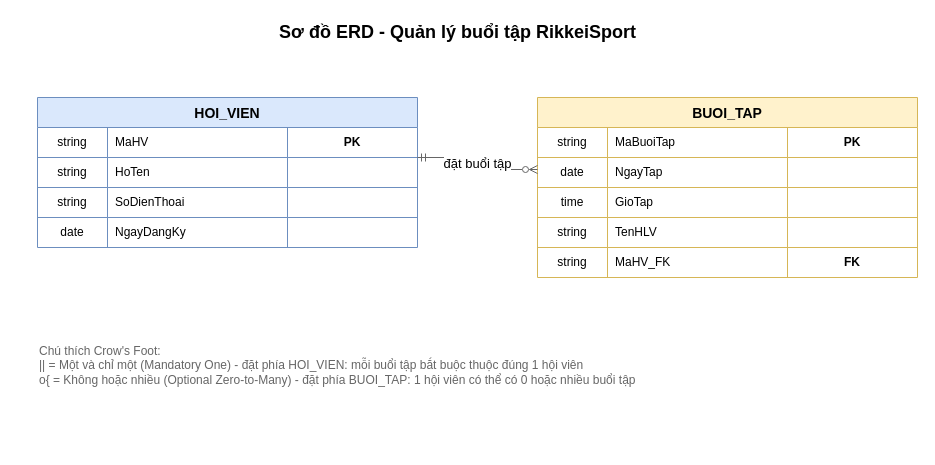
Above: ERD_RikkeiSport.drawio in IT105-Analysis-of-system-design/Session_16-Ex1 (draw.io), before the change. Source tidied: cells renumbered, new cells numbered last; positions are measured from the earlier drawing's top-left corner, leaving out a move shared by most shapes. Both pictures are drawn from the tidied source at 100%, with x=0, y=0 at pixel (37, 17).
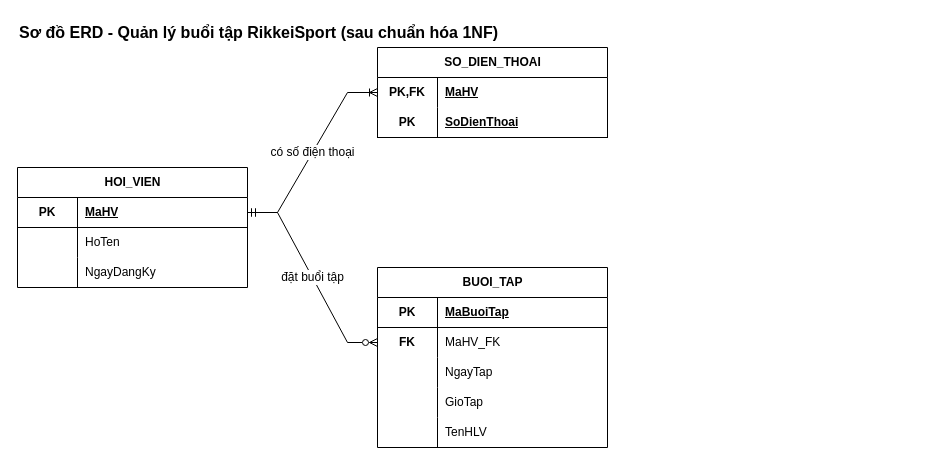
Above is the later version.

Change to the diagram source:
```diff
@@
-    <mxCell id="2" value="Sơ đồ ERD - Quản lý buổi tập RikkeiSport" style="text;html=1;fontSize=18;fontStyle=1;align=center;verticalAlign=middle;" parent="1" vertex="1">
-      <mxGeometry x="120" width="600" height="30" as="geometry" />
+    <mxCell id="2" value="Sơ đồ ERD - Quản lý buổi tập RikkeiSport (sau chuẩn hóa 1NF)" style="text;html=1;fontSize=16;fontStyle=1;align=left;verticalAlign=middle;" parent="1" vertex="1">
+      <mxGeometry x="-20" width="700" height="30" as="geometry" />
     </mxCell>
-    <mxCell id="3" value="HOI_VIEN" style="shape=table;startSize=30;childLayout=tableLayout;fillColor=#DAE8FC;strokeColor=#6C8EBF;fontStyle=1;fontSize=14;align=center;" parent="1" vertex="1">
-      <mxGeometry y="80" width="380" height="150" as="geometry" />
+    <mxCell id="3" value="HOI_VIEN" style="shape=table;startSize=30;childLayout=tableLayout;rowLines=0;fontStyle=1;align=center;html=1;" parent="1" vertex="1">
+      <mxGeometry x="-20" y="150" width="230" height="120" as="geometry" />
     </mxCell>
-    <mxCell id="4" style="shape=tableRow;horizontal=0;startSize=0;swimlaneHead=0;swimlaneBody=0;fillColor=none;top=0;left=0;right=0;bottom=0;" parent="3" vertex="1">
-      <mxGeometry y="30" width="380" height="30" as="geometry" />
-    </mxCell>
-    <mxCell id="5" value="string" style="shape=partialRectangle;html=1;whiteSpace=wrap;fillColor=none;top=0;left=0;bottom=0;right=0;align=center;fontSize=12;" parent="4" vertex="1">
-      <mxGeometry width="70" height="30" as="geometry" />
-    </mxCell>
-    <mxCell id="6" value="MaHV" style="shape=partialRectangle;html=1;whiteSpace=wrap;fillColor=none;top=0;left=0;bottom=0;right=0;align=left;spacingLeft=6;fontSize=12;" parent="4" vertex="1">
-      <mxGeometry x="70" width="180" height="30" as="geometry" />
-    </mxCell>
-    <mxCell id="7" value="PK" style="shape=partialRectangle;html=1;whiteSpace=wrap;fillColor=none;top=0;left=0;bottom=0;right=0;align=center;fontStyle=1;fontSize=12;" parent="4" vertex="1">
-      <mxGeometry x="250" width="130" height="30" as="geometry" />
-    </mxCell>
-    <mxCell id="8" style="shape=tableRow;horizontal=0;startSize=0;swimlaneHead=0;swimlaneBody=0;fillColor=none;top=0;left=0;right=0;bottom=0;" parent="3" vertex="1">
-      <mxGeometry y="60" width="380" height="30" as="geometry" />
-    </mxCell>
-    <mxCell id="9" value="string" style="shape=partialRectangle;html=1;whiteSpace=wrap;fillColor=none;top=0;left=0;bottom=0;right=0;align=center;fontSize=12;" parent="8" vertex="1">
-      <mxGeometry width="70" height="30" as="geometry" />
-    </mxCell>
+    <mxCell id="43" style="shape=tableRow;horizontal=0;startSize=0;swimlaneHead=0;swimlaneBody=0;fillColor=none;points=[[0,0.5],[1,0.5]];portConstraint=eastwest;top=0;left=0;right=0;bottom=1;html=1;" parent="3" vertex="1">
+      <mxGeometry y="30" width="230" height="30" as="geometry" />
+    </mxCell>
+    <mxCell id="44" value="PK" style="shape=partialRectangle;fillColor=none;top=0;left=0;bottom=0;right=0;fontStyle=1;overflow=hidden;whiteSpace=wrap;html=1;" parent="43" vertex="1">
+      <mxGeometry width="60" height="30" as="geometry" />
+    </mxCell>
+    <mxCell id="45" value="MaHV" style="shape=partialRectangle;fillColor=none;top=0;left=0;bottom=0;right=0;align=left;spacingLeft=6;fontStyle=5;overflow=hidden;whiteSpace=wrap;html=1;" parent="43" vertex="1">
+      <mxGeometry x="60" width="170" height="30" as="geometry" />
+    </mxCell>
+    <mxCell id="46" style="shape=tableRow;horizontal=0;startSize=0;swimlaneHead=0;swimlaneBody=0;fillColor=none;top=0;left=0;right=0;bottom=0;html=1;" parent="3" vertex="1">
+      <mxGeometry y="60" width="230" height="30" as="geometry" />
+    </mxCell>
+    <mxCell id="47" style="shape=partialRectangle;fillColor=none;top=0;left=0;bottom=0;right=0;fontStyle=0;overflow=hidden;whiteSpace=wrap;html=1;" parent="46" vertex="1">
+      <mxGeometry width="60" height="30" as="geometry" />
+    </mxCell>
-    <mxCell id="10" value="HoTen" style="shape=partialRectangle;html=1;whiteSpace=wrap;fillColor=none;top=0;left=0;bottom=0;right=0;align=left;spacingLeft=6;fontSize=12;" parent="8" vertex="1">
-      <mxGeometry x="70" width="180" height="30" as="geometry" />
+    <mxCell id="10" value="HoTen" style="shape=partialRectangle;fillColor=none;top=0;left=0;bottom=0;right=0;align=left;spacingLeft=6;fontStyle=0;overflow=hidden;whiteSpace=wrap;html=1;" parent="46" vertex="1">
+      <mxGeometry x="60" width="170" height="30" as="geometry" />
     </mxCell>
-    <mxCell id="11" style="shape=partialRectangle;html=1;whiteSpace=wrap;fillColor=none;top=0;left=0;bottom=0;right=0;align=center;fontSize=12;" parent="8" vertex="1">
-      <mxGeometry x="250" width="130" height="30" as="geometry" />
-    </mxCell>
-    <mxCell id="12" style="shape=tableRow;horizontal=0;startSize=0;swimlaneHead=0;swimlaneBody=0;fillColor=none;top=0;left=0;right=0;bottom=0;" parent="3" vertex="1">
-      <mxGeometry y="90" width="380" height="30" as="geometry" />
-    </mxCell>
-    <mxCell id="13" value="string" style="shape=partialRectangle;html=1;whiteSpace=wrap;fillColor=none;top=0;left=0;bottom=0;right=0;align=center;fontSize=12;" parent="12" vertex="1">
-      <mxGeometry width="70" height="30" as="geometry" />
-    </mxCell>
+    <mxCell id="48" style="shape=tableRow;horizontal=0;startSize=0;swimlaneHead=0;swimlaneBody=0;fillColor=none;top=0;left=0;right=0;bottom=0;html=1;" parent="3" vertex="1">
+      <mxGeometry y="90" width="230" height="30" as="geometry" />
+    </mxCell>
+    <mxCell id="49" style="shape=partialRectangle;fillColor=none;top=0;left=0;bottom=0;right=0;fontStyle=0;overflow=hidden;whiteSpace=wrap;html=1;" parent="48" vertex="1">
+      <mxGeometry width="60" height="30" as="geometry" />
+    </mxCell>
+    <mxCell id="18" value="NgayDangKy" style="shape=partialRectangle;fillColor=none;top=0;left=0;bottom=0;right=0;align=left;spacingLeft=6;fontStyle=0;overflow=hidden;whiteSpace=wrap;html=1;" parent="48" vertex="1">
+      <mxGeometry x="60" width="170" height="30" as="geometry" />
+    </mxCell>
+    <mxCell id="50" value="SO_DIEN_THOAI" style="shape=table;startSize=30;childLayout=tableLayout;rowLines=0;fontStyle=1;align=center;html=1;" parent="1" vertex="1">
+      <mxGeometry x="340" y="30" width="230" height="90" as="geometry" />
+    </mxCell>
+    <mxCell id="51" style="shape=tableRow;horizontal=0;startSize=0;swimlaneHead=0;swimlaneBody=0;fillColor=none;points=[[0,0.5],[1,0.5]];portConstraint=eastwest;top=0;left=0;right=0;bottom=0;html=1;" parent="50" vertex="1">
+      <mxGeometry y="30" width="230" height="30" as="geometry" />
+    </mxCell>
+    <mxCell id="52" value="PK,FK" style="shape=partialRectangle;fillColor=none;top=0;left=0;bottom=0;right=0;fontStyle=1;overflow=hidden;whiteSpace=wrap;html=1;" parent="51" vertex="1">
+      <mxGeometry width="60" height="30" as="geometry" />
+    </mxCell>
+    <mxCell id="53" value="MaHV" style="shape=partialRectangle;fillColor=none;top=0;left=0;bottom=0;right=0;align=left;spacingLeft=6;fontStyle=5;overflow=hidden;whiteSpace=wrap;html=1;" parent="51" vertex="1">
+      <mxGeometry x="60" width="170" height="30" as="geometry" />
+    </mxCell>
+    <mxCell id="54" style="shape=tableRow;horizontal=0;startSize=0;swimlaneHead=0;swimlaneBody=0;fillColor=none;top=0;left=0;right=0;bottom=1;html=1;" parent="50" vertex="1">
+      <mxGeometry y="60" width="230" height="30" as="geometry" />
+    </mxCell>
+    <mxCell id="55" value="PK" style="shape=partialRectangle;fillColor=none;top=0;left=0;bottom=0;right=0;fontStyle=1;overflow=hidden;whiteSpace=wrap;html=1;" parent="54" vertex="1">
+      <mxGeometry width="60" height="30" as="geometry" />
+    </mxCell>
-    <mxCell id="14" value="SoDienThoai" style="shape=partialRectangle;html=1;whiteSpace=wrap;fillColor=none;top=0;left=0;bottom=0;right=0;align=left;spacingLeft=6;fontSize=12;" parent="12" vertex="1">
-      <mxGeometry x="70" width="180" height="30" as="geometry" />
+    <mxCell id="14" value="SoDienThoai" style="shape=partialRectangle;fillColor=none;top=0;left=0;bottom=0;right=0;align=left;spacingLeft=6;fontStyle=5;overflow=hidden;whiteSpace=wrap;html=1;" parent="54" vertex="1">
+      <mxGeometry x="60" width="170" height="30" as="geometry" />
     </mxCell>
-    <mxCell id="15" style="shape=partialRectangle;html=1;whiteSpace=wrap;fillColor=none;top=0;left=0;bottom=0;right=0;align=center;fontSize=12;" parent="12" vertex="1">
-      <mxGeometry x="250" width="130" height="30" as="geometry" />
-    </mxCell>
-    <mxCell id="16" style="shape=tableRow;horizontal=0;startSize=0;swimlaneHead=0;swimlaneBody=0;fillColor=none;top=0;left=0;right=0;bottom=0;" parent="3" vertex="1">
-      <mxGeometry y="120" width="380" height="30" as="geometry" />
-    </mxCell>
-    <mxCell id="17" value="date" style="shape=partialRectangle;html=1;whiteSpace=wrap;fillColor=none;top=0;left=0;bottom=0;right=0;align=center;fontSize=12;" parent="16" vertex="1">
-      <mxGeometry width="70" height="30" as="geometry" />
-    </mxCell>
-    <mxCell id="18" value="NgayDangKy" style="shape=partialRectangle;html=1;whiteSpace=wrap;fillColor=none;top=0;left=0;bottom=0;right=0;align=left;spacingLeft=6;fontSize=12;" parent="16" vertex="1">
-      <mxGeometry x="70" width="180" height="30" as="geometry" />
-    </mxCell>
-    <mxCell id="19" style="shape=partialRectangle;html=1;whiteSpace=wrap;fillColor=none;top=0;left=0;bottom=0;right=0;align=center;fontSize=12;" parent="16" vertex="1">
-      <mxGeometry x="250" width="130" height="30" as="geometry" />
-    </mxCell>
-    <mxCell id="20" value="BUOI_TAP" style="shape=table;startSize=30;childLayout=tableLayout;fillColor=#FFF2CC;strokeColor=#D6B656;fontStyle=1;fontSize=14;align=center;" parent="1" vertex="1">
-      <mxGeometry x="500" y="80" width="380" height="180" as="geometry" />
+    <mxCell id="20" value="BUOI_TAP" style="shape=table;startSize=30;childLayout=tableLayout;rowLines=0;fontStyle=1;align=center;html=1;" parent="1" vertex="1">
+      <mxGeometry x="340" y="250" width="230" height="180" as="geometry" />
     </mxCell>
-    <mxCell id="21" style="shape=tableRow;horizontal=0;startSize=0;swimlaneHead=0;swimlaneBody=0;fillColor=none;top=0;left=0;right=0;bottom=0;" parent="20" vertex="1">
-      <mxGeometry y="30" width="380" height="30" as="geometry" />
-    </mxCell>
-    <mxCell id="22" value="string" style="shape=partialRectangle;html=1;whiteSpace=wrap;fillColor=none;top=0;left=0;bottom=0;right=0;align=center;fontSize=12;" parent="21" vertex="1">
-      <mxGeometry width="70" height="30" as="geometry" />
-    </mxCell>
+    <mxCell id="56" style="shape=tableRow;horizontal=0;startSize=0;swimlaneHead=0;swimlaneBody=0;fillColor=none;top=0;left=0;right=0;bottom=1;html=1;" parent="20" vertex="1">
+      <mxGeometry y="30" width="230" height="30" as="geometry" />
+    </mxCell>
+    <mxCell id="57" value="PK" style="shape=partialRectangle;fillColor=none;top=0;left=0;bottom=0;right=0;fontStyle=1;overflow=hidden;whiteSpace=wrap;html=1;" parent="56" vertex="1">
+      <mxGeometry width="60" height="30" as="geometry" />
+    </mxCell>
-    <mxCell id="23" value="MaBuoiTap" style="shape=partialRectangle;html=1;whiteSpace=wrap;fillColor=none;top=0;left=0;bottom=0;right=0;align=left;spacingLeft=6;fontSize=12;" parent="21" vertex="1">
-      <mxGeometry x="70" width="180" height="30" as="geometry" />
+    <mxCell id="23" value="MaBuoiTap" style="shape=partialRectangle;fillColor=none;top=0;left=0;bottom=0;right=0;align=left;spacingLeft=6;fontStyle=5;overflow=hidden;whiteSpace=wrap;html=1;" parent="56" vertex="1">
+      <mxGeometry x="60" width="170" height="30" as="geometry" />
     </mxCell>
-    <mxCell id="24" value="PK" style="shape=partialRectangle;html=1;whiteSpace=wrap;fillColor=none;top=0;left=0;bottom=0;right=0;align=center;fontStyle=1;fontSize=12;" parent="21" vertex="1">
-      <mxGeometry x="250" width="130" height="30" as="geometry" />
-    </mxCell>
-    <mxCell id="25" style="shape=tableRow;horizontal=0;startSize=0;swimlaneHead=0;swimlaneBody=0;fillColor=none;top=0;left=0;right=0;bottom=0;" parent="20" vertex="1">
-      <mxGeometry y="60" width="380" height="30" as="geometry" />
-    </mxCell>
-    <mxCell id="26" value="date" style="shape=partialRectangle;html=1;whiteSpace=wrap;fillColor=none;top=0;left=0;bottom=0;right=0;align=center;fontSize=12;" parent="25" vertex="1">
-      <mxGeometry width="70" height="30" as="geometry" />
-    </mxCell>
+    <mxCell id="58" style="shape=tableRow;horizontal=0;startSize=0;swimlaneHead=0;swimlaneBody=0;fillColor=none;points=[[0,0.5],[1,0.5]];portConstraint=eastwest;top=0;left=0;right=0;bottom=0;html=1;" parent="20" vertex="1">
+      <mxGeometry y="60" width="230" height="30" as="geometry" />
+    </mxCell>
+    <mxCell id="40" value="FK" style="shape=partialRectangle;fillColor=none;top=0;left=0;bottom=0;right=0;fontStyle=1;overflow=hidden;whiteSpace=wrap;html=1;" parent="58" vertex="1">
+      <mxGeometry width="60" height="30" as="geometry" />
+    </mxCell>
+    <mxCell id="39" value="MaHV_FK" style="shape=partialRectangle;fillColor=none;top=0;left=0;bottom=0;right=0;align=left;spacingLeft=6;fontStyle=0;overflow=hidden;whiteSpace=wrap;html=1;" parent="58" vertex="1">
+      <mxGeometry x="60" width="170" height="30" as="geometry" />
+    </mxCell>
+    <mxCell id="59" style="shape=tableRow;horizontal=0;startSize=0;swimlaneHead=0;swimlaneBody=0;fillColor=none;top=0;left=0;right=0;bottom=0;html=1;" parent="20" vertex="1">
+      <mxGeometry y="90" width="230" height="30" as="geometry" />
+    </mxCell>
+    <mxCell id="60" style="shape=partialRectangle;fillColor=none;top=0;left=0;bottom=0;right=0;fontStyle=0;overflow=hidden;whiteSpace=wrap;html=1;" parent="59" vertex="1">
+      <mxGeometry width="60" height="30" as="geometry" />
+    </mxCell>
-    <mxCell id="27" value="NgayTap" style="shape=partialRectangle;html=1;whiteSpace=wrap;fillColor=none;top=0;left=0;bottom=0;right=0;align=left;spacingLeft=6;fontSize=12;" parent="25" vertex="1">
-      <mxGeometry x="70" width="180" height="30" as="geometry" />
+    <mxCell id="27" value="NgayTap" style="shape=partialRectangle;fillColor=none;top=0;left=0;bottom=0;right=0;align=left;spacingLeft=6;fontStyle=0;overflow=hidden;whiteSpace=wrap;html=1;" parent="59" vertex="1">
+      <mxGeometry x="60" width="170" height="30" as="geometry" />
     </mxCell>
-    <mxCell id="28" style="shape=partialRectangle;html=1;whiteSpace=wrap;fillColor=none;top=0;left=0;bottom=0;right=0;align=center;fontSize=12;" parent="25" vertex="1">
-      <mxGeometry x="250" width="130" height="30" as="geometry" />
-    </mxCell>
-    <mxCell id="29" style="shape=tableRow;horizontal=0;startSize=0;swimlaneHead=0;swimlaneBody=0;fillColor=none;top=0;left=0;right=0;bottom=0;" parent="20" vertex="1">
-      <mxGeometry y="90" width="380" height="30" as="geometry" />
-    </mxCell>
-    <mxCell id="30" value="time" style="shape=partialRectangle;html=1;whiteSpace=wrap;fillColor=none;top=0;left=0;bottom=0;right=0;align=center;fontSize=12;" parent="29" vertex="1">
-      <mxGeometry width="70" height="30" as="geometry" />
-    </mxCell>
+    <mxCell id="61" style="shape=tableRow;horizontal=0;startSize=0;swimlaneHead=0;swimlaneBody=0;fillColor=none;top=0;left=0;right=0;bottom=0;html=1;" parent="20" vertex="1">
+      <mxGeometry y="120" width="230" height="30" as="geometry" />
+    </mxCell>
+    <mxCell id="62" style="shape=partialRectangle;fillColor=none;top=0;left=0;bottom=0;right=0;fontStyle=0;overflow=hidden;whiteSpace=wrap;html=1;" parent="61" vertex="1">
+      <mxGeometry width="60" height="30" as="geometry" />
+    </mxCell>
-    <mxCell id="31" value="GioTap" style="shape=partialRectangle;html=1;whiteSpace=wrap;fillColor=none;top=0;left=0;bottom=0;right=0;align=left;spacingLeft=6;fontSize=12;" parent="29" vertex="1">
-      <mxGeometry x="70" width="180" height="30" as="geometry" />
+    <mxCell id="31" value="GioTap" style="shape=partialRectangle;fillColor=none;top=0;left=0;bottom=0;right=0;align=left;spacingLeft=6;fontStyle=0;overflow=hidden;whiteSpace=wrap;html=1;" parent="61" vertex="1">
+      <mxGeometry x="60" width="170" height="30" as="geometry" />
     </mxCell>
-    <mxCell id="32" style="shape=partialRectangle;html=1;whiteSpace=wrap;fillColor=none;top=0;left=0;bottom=0;right=0;align=center;fontSize=12;" parent="29" vertex="1">
-      <mxGeometry x="250" width="130" height="30" as="geometry" />
-    </mxCell>
-    <mxCell id="33" style="shape=tableRow;horizontal=0;startSize=0;swimlaneHead=0;swimlaneBody=0;fillColor=none;top=0;left=0;right=0;bottom=0;" parent="20" vertex="1">
-      <mxGeometry y="120" width="380" height="30" as="geometry" />
-    </mxCell>
-    <mxCell id="34" value="string" style="shape=partialRectangle;html=1;whiteSpace=wrap;fillColor=none;top=0;left=0;bottom=0;right=0;align=center;fontSize=12;" parent="33" vertex="1">
-      <mxGeometry width="70" height="30" as="geometry" />
-    </mxCell>
+    <mxCell id="63" style="shape=tableRow;horizontal=0;startSize=0;swimlaneHead=0;swimlaneBody=0;fillColor=none;top=0;left=0;right=0;bottom=0;html=1;" parent="20" vertex="1">
+      <mxGeometry y="150" width="230" height="30" as="geometry" />
+    </mxCell>
+    <mxCell id="64" style="shape=partialRectangle;fillColor=none;top=0;left=0;bottom=0;right=0;fontStyle=0;overflow=hidden;whiteSpace=wrap;html=1;" parent="63" vertex="1">
+      <mxGeometry width="60" height="30" as="geometry" />
+    </mxCell>
-    <mxCell id="35" value="TenHLV" style="shape=partialRectangle;html=1;whiteSpace=wrap;fillColor=none;top=0;left=0;bottom=0;right=0;align=left;spacingLeft=6;fontSize=12;" parent="33" vertex="1">
-      <mxGeometry x="70" width="180" height="30" as="geometry" />
+    <mxCell id="35" value="TenHLV" style="shape=partialRectangle;fillColor=none;top=0;left=0;bottom=0;right=0;align=left;spacingLeft=6;fontStyle=0;overflow=hidden;whiteSpace=wrap;html=1;" parent="63" vertex="1">
+      <mxGeometry x="60" width="170" height="30" as="geometry" />
     </mxCell>
-    <mxCell id="36" style="shape=partialRectangle;html=1;whiteSpace=wrap;fillColor=none;top=0;left=0;bottom=0;right=0;align=center;fontSize=12;" parent="33" vertex="1">
-      <mxGeometry x="250" width="130" height="30" as="geometry" />
-    </mxCell>
-    <mxCell id="37" style="shape=tableRow;horizontal=0;startSize=0;swimlaneHead=0;swimlaneBody=0;fillColor=none;top=0;left=0;right=0;bottom=0;" parent="20" vertex="1">
-      <mxGeometry y="150" width="380" height="30" as="geometry" />
-    </mxCell>
-    <mxCell id="38" value="string" style="shape=partialRectangle;html=1;whiteSpace=wrap;fillColor=none;top=0;left=0;bottom=0;right=0;align=center;fontSize=12;" parent="37" vertex="1">
-      <mxGeometry width="70" height="30" as="geometry" />
-    </mxCell>
-    <mxCell id="39" value="MaHV_FK" style="shape=partialRectangle;html=1;whiteSpace=wrap;fillColor=none;top=0;left=0;bottom=0;right=0;align=left;spacingLeft=6;fontSize=12;" parent="37" vertex="1">
-      <mxGeometry x="70" width="180" height="30" as="geometry" />
-    </mxCell>
-    <mxCell id="40" value="FK" style="shape=partialRectangle;html=1;whiteSpace=wrap;fillColor=none;top=0;left=0;bottom=0;right=0;align=center;fontStyle=1;fontSize=12;" parent="37" vertex="1">
-      <mxGeometry x="250" width="130" height="30" as="geometry" />
-    </mxCell>
+    <mxCell id="65" value="có số điện thoại" style="edgeStyle=entityRelationEdgeStyle;fontSize=12;html=1;startArrow=ERmandOne;startFill=0;endArrow=ERoneToMany;endFill=0;rounded=0;labelBackgroundColor=#ffffff;" parent="1" edge="1" source="43" target="51">
+      <mxGeometry relative="1" as="geometry" />
+    </mxCell>
-    <mxCell id="41" value="đặt buổi tập" style="edgeStyle=entityRelationEdgeStyle;fontSize=13;html=1;startArrow=ERmandOne;startFill=0;endArrow=ERzeroToMany;endFill=0;rounded=0;exitX=1;exitY=0.4;exitDx=0;exitDy=0;entryX=0;entryY=0.4;entryDx=0;entryDy=0;strokeColor=#666666;labelBackgroundColor=#ffffff;" parent="1" edge="1" source="3" target="20">
+    <mxCell id="41" value="đặt buổi tập" style="edgeStyle=entityRelationEdgeStyle;fontSize=12;html=1;startArrow=ERmandOne;startFill=0;endArrow=ERzeroToMany;endFill=0;rounded=0;labelBackgroundColor=#ffffff;" parent="1" edge="1" source="43" target="58">
       <mxGeometry relative="1" as="geometry" />
     </mxCell>
-    <mxCell id="42" value="Chú thích Crow's Foot:&#10;|| = Một và chỉ một (Mandatory One) - đặt phía HOI_VIEN: mỗi buổi tập bắt buộc thuộc đúng 1 hội viên&#10;o{ = Không hoặc nhiều (Optional Zero-to-Many) - đặt phía BUOI_TAP: 1 hội viên có thể có 0 hoặc nhiều buổi tập" style="text;html=1;fontSize=12;align=left;verticalAlign=top;fontColor=#666666;" parent="1" vertex="1">
-      <mxGeometry y="320" width="880" height="60" as="geometry" />
-    </mxCell>
```
